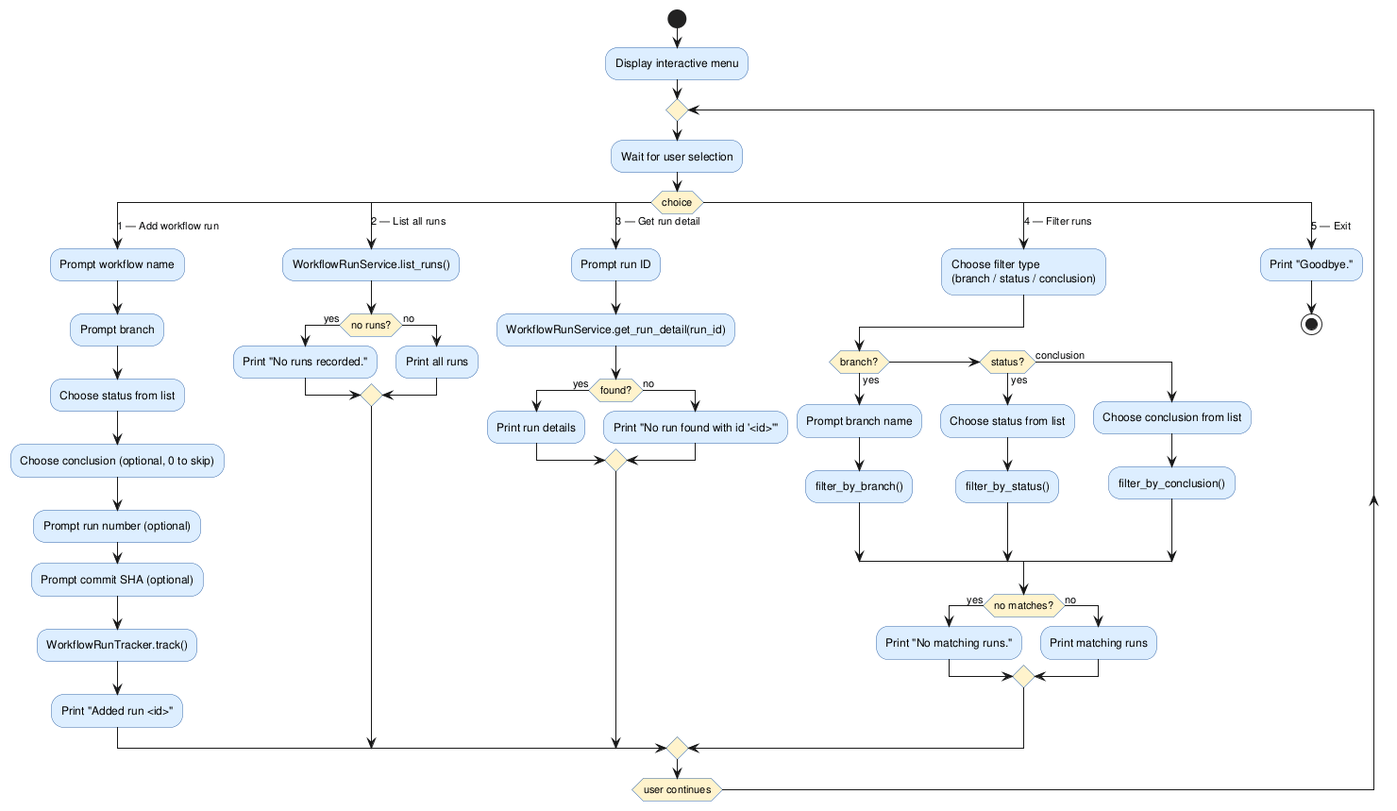
Earlier version of the PlantUML export experiments/pipeline/test_driven/github-workflow-manager/artifacts/activity_diagram_interactive.png (DanielRiha8906/Software_autoevolution_using_agents).
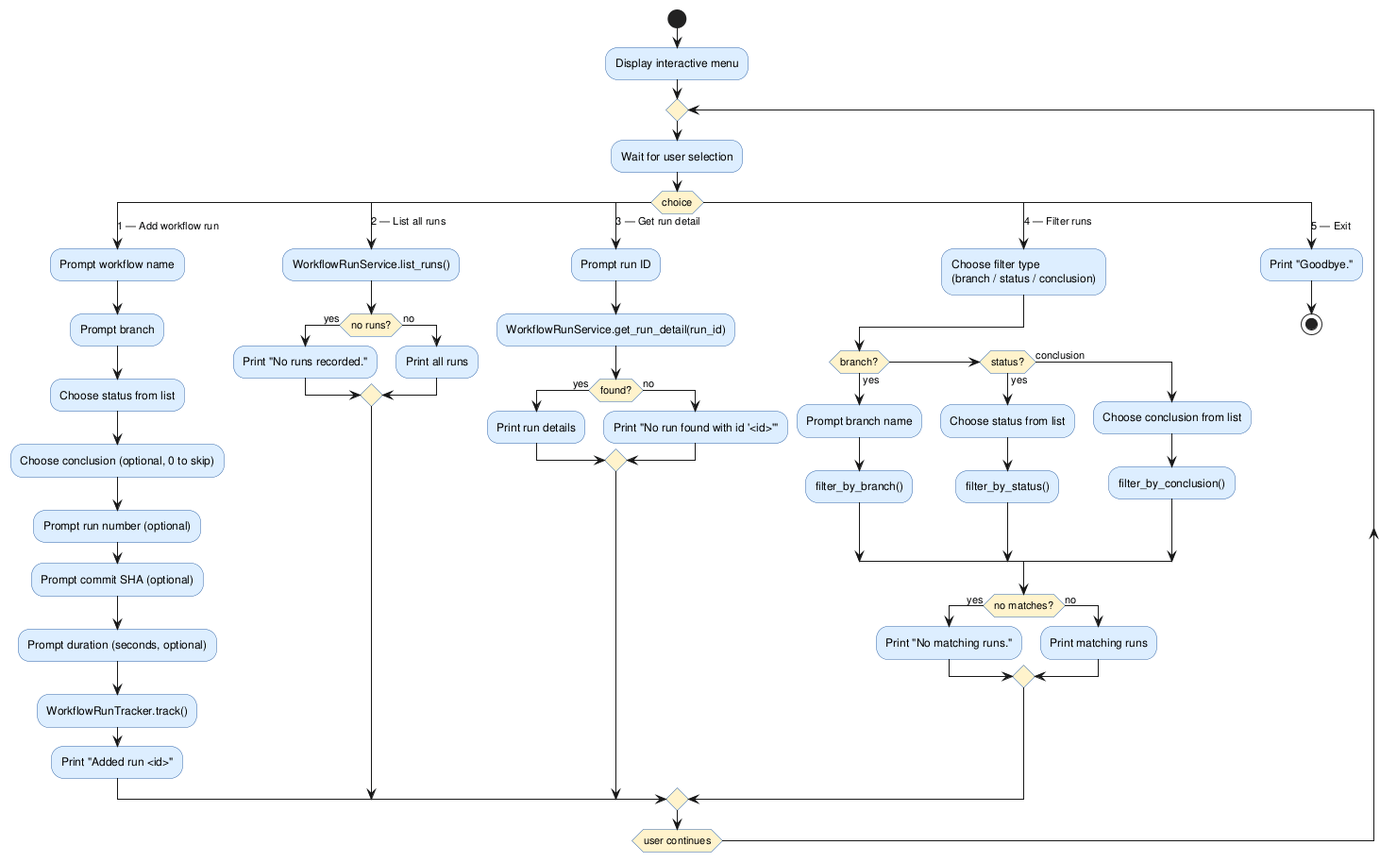
After the change.

What changed in the source:
```diff
@@ -21,6 +21,7 @@
       :Choose conclusion (optional, 0 to skip);
       :Prompt run number (optional);
       :Prompt commit SHA (optional);
+      :Prompt duration (seconds, optional);
       :WorkflowRunTracker.track();
       :Print "Added run <id>";
 
```
